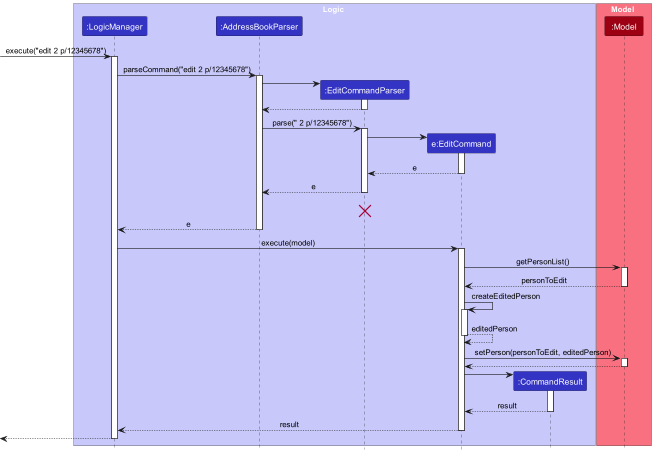
This is docs/images/EditCommandSequenceDiagram.png from ricketytoc/tp, a PlantUML export, as it was before one commit.
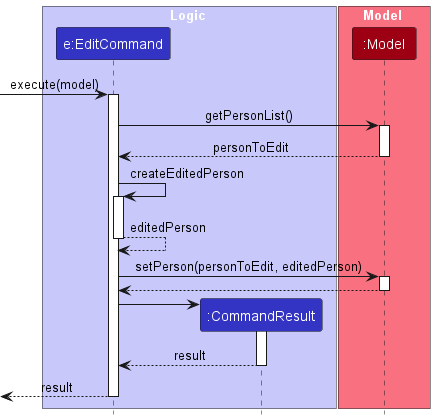
After the change.

The edit, as a diff of the source:
```diff
@@ -3,9 +3,6 @@
 skinparam ArrowFontStyle plain
 
 box Logic LOGIC_COLOR_T1
-participant ":LogicManager" as LogicManager LOGIC_COLOR
-participant ":AddressBookParser" as AddressBookParser LOGIC_COLOR
-participant ":EditCommandParser" as EditCommandParser LOGIC_COLOR
 participant "e:EditCommand" as EditCommand LOGIC_COLOR
 participant ":CommandResult" as CommandResult LOGIC_COLOR
 end box
@@ -14,38 +11,7 @@
 participant ":Model" as Model MODEL_COLOR
 end box
 
-[-> LogicManager : execute("edit 2 p/12345678")
-activate LogicManager
-
-LogicManager -> AddressBookParser : parseCommand("edit 2 p/12345678")
-activate AddressBookParser
-
-create EditCommandParser
-AddressBookParser -> EditCommandParser
-activate EditCommandParser
-
-EditCommandParser --> AddressBookParser
-deactivate EditCommandParser
-
-AddressBookParser -> EditCommandParser : parse(" 2 p/12345678")
-activate EditCommandParser
-
-create EditCommand
-EditCommandParser -> EditCommand
-activate EditCommand
-
-EditCommand --> EditCommandParser : e
-deactivate EditCommand
-
-EditCommandParser --> AddressBookParser : e
-deactivate EditCommandParser
-EditCommandParser -[hidden]-> AddressBookParser : e
-destroy EditCommandParser
-
-AddressBookParser --> LogicManager : e
-deactivate AddressBookParser
-
-LogicManager -> EditCommand : execute(model)
+[-> EditCommand : execute(model)
 activate EditCommand
 
 EditCommand -> Model : getPersonList()
@@ -73,10 +39,7 @@
 CommandResult --> EditCommand : result
 deactivate CommandResult
 
-EditCommand --> LogicManager : result
+EditCommand -->[ : result
 deactivate EditCommand
 
-LogicManager -->[
-deactivate LogicManager
-
 @enduml
```
